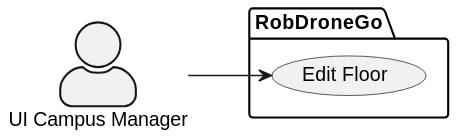
Pedro-Pereira1/sem5pi_23_24_g056_Visualization keeps this PlantUML diagram as Visualization/docs/US_1180/Diagrams/Level1/SceneryView.svg. Above is the earlier version.
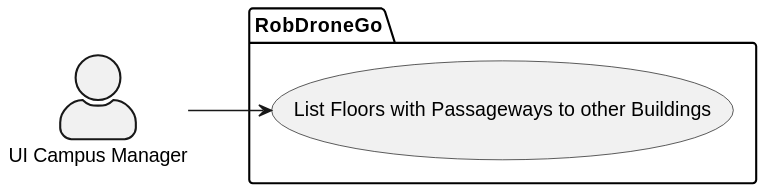
The same diagram one commit later.

What changed in the source:
```diff
@@ -5,8 +5,12 @@
 
 actor "UI Campus Manager" as CM
 
+
 package  RobDroneGo  {
-  usecase "Edit Floor" as UC2
+
+    usecase "List Floors with Passageways to other Buildings" as UC12
+
 }
-CM --> UC2
+
+CM --> UC12
 @enduml
```
